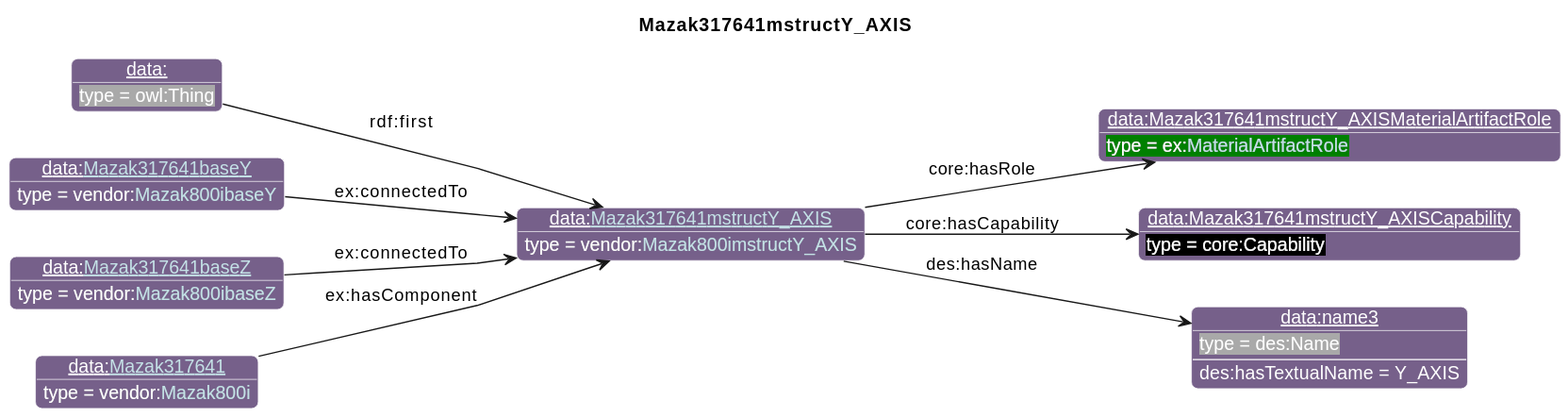
Before: diagrams/Mazak317641mstructY_AXIS.svg, a diagram exported from PlantUML (iofoundry/example-syseng-mtconnect).
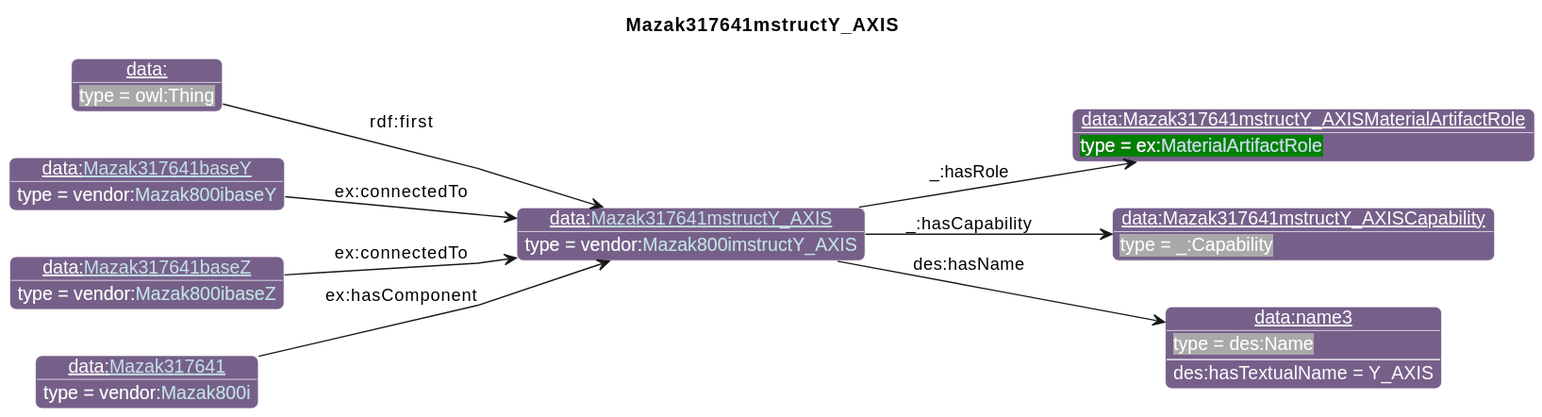
Above is the later version.

The edit, as a diff of the source:
```diff
@@ -27,14 +27,14 @@
       }
 individual(o0, data:[[./Mazak317641mstructY_AXIS.html Mazak317641mstructY_AXIS]], vendor:[[../Mazak.html#Mazak800imstructY_AXIS Mazak800imstructY_AXIS]])
 individual(o1, data:Mazak317641mstructY_AXISMaterialArtifactRole, ex:[[../Example.html#MaterialArtifactRole MaterialArtifactRole]])
-individual(o2, data:Mazak317641mstructY_AXISCapability, core:Capability)
+individual(o2, data:Mazak317641mstructY_AXISCapability, _:Capability)
 individual(o3, data:name3, des:Name)
 individual(o4, data:, owl:Thing)
 individual(o5, data:[[./Mazak317641baseY.html Mazak317641baseY]], vendor:[[../Mazak.html#Mazak800ibaseY Mazak800ibaseY]])
 individual(o6, data:[[./Mazak317641baseZ.html Mazak317641baseZ]], vendor:[[../Mazak.html#Mazak800ibaseZ Mazak800ibaseZ]])
 individual(o7, data:[[./Mazak317641.html Mazak317641]], vendor:[[../Mazak.html#Mazak800i Mazak800i]])
-property(o0, "core:hasRole", o1)
-property(o0, "core:hasCapability", o2)
+property(o0, "_:hasRole", o1)
+property(o0, "_:hasCapability", o2)
 property(o0, "des:hasName", o3)
 data(o3, "des:hasTextualName", "Y_AXIS")
 property(o4, "rdf:first", o0)
```
